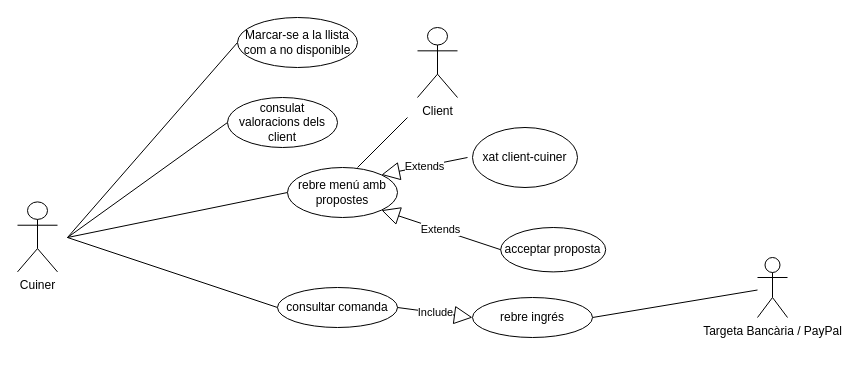
Above: Diagrames/Diagrames cas de ús/Diagrames per perfil/UML cuiner.drawio.xml in MarcelPainos/ES26UAB-431-12 (draw.io), before the change. Source tidied: cells renumbered, new cells numbered last; positions are measured from the earlier drawing's top-left corner, leaving out a move shared by most shapes. Both pictures are drawn from the tidied source at 100%, with x=0, y=0 at pixel (17, 17).
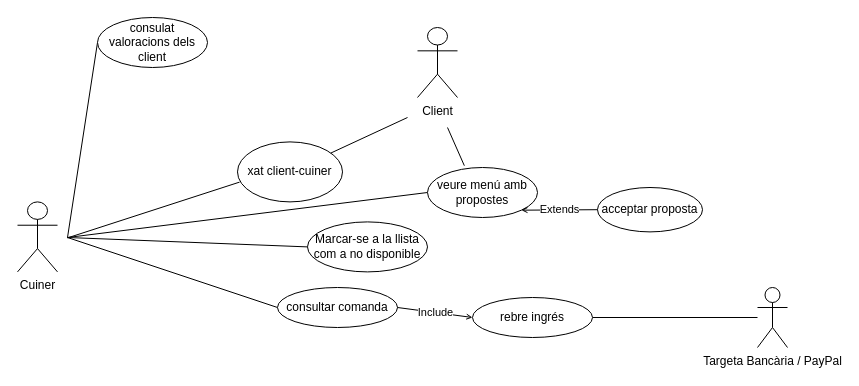
After the change.

The change refers to these unchanged cells:
```xml
<mxCell id="13" value="consultar comanda" style="ellipse;whiteSpace=wrap;html=1;" parent="1" vertex="1">
  <mxGeometry x="260" y="270" width="120" height="40" as="geometry" />
</mxCell>
<mxCell id="17" value="rebre ingrés" style="ellipse;whiteSpace=wrap;html=1;" parent="1" vertex="1">
  <mxGeometry x="455" y="280" width="120" height="40" as="geometry" />
</mxCell>
```

Change to the diagram source:
```diff
@@
     <mxCell id="4" value="Marcar-se a la llista com a no disponible" style="ellipse;whiteSpace=wrap;html=1;" parent="1" vertex="1">
-      <mxGeometry x="220" width="120" height="50" as="geometry" />
+      <mxGeometry x="290" y="204.4" width="120" height="50" as="geometry" />
     </mxCell>
@@
     <mxCell id="6" value="consulat valoracions dels client" style="ellipse;whiteSpace=wrap;html=1;" parent="1" vertex="1">
-      <mxGeometry x="210" y="80" width="110" height="50" as="geometry" />
+      <mxGeometry x="80" width="110" height="50" as="geometry" />
     </mxCell>
@@
-    <mxCell id="8" value="&lt;div&gt;rebre menú amb propostes&lt;/div&gt;" style="ellipse;whiteSpace=wrap;html=1;" parent="1" vertex="1">
-      <mxGeometry x="270" y="150" width="110" height="50" as="geometry" />
+    <mxCell id="8" value="&lt;div&gt;veure menú amb propostes&lt;/div&gt;" style="ellipse;whiteSpace=wrap;html=1;" parent="1" vertex="1">
+      <mxGeometry x="410" y="150" width="110" height="50" as="geometry" />
     </mxCell>
     <mxCell id="9" value="xat client-cuiner" style="ellipse;whiteSpace=wrap;html=1;" parent="1" vertex="1">
-      <mxGeometry x="455" y="110" width="105" height="60" as="geometry" />
+      <mxGeometry x="220" y="124.4" width="105" height="60" as="geometry" />
     </mxCell>
     <mxCell id="10" value="acceptar proposta" style="ellipse;whiteSpace=wrap;html=1;" parent="1" vertex="1">
-      <mxGeometry x="483.2" y="210" width="105" height="44.4" as="geometry" />
+      <mxGeometry x="580" y="170" width="105" height="44.4" as="geometry" />
     </mxCell>
-    <mxCell id="11" value="Extends" style="endArrow=block;endSize=16;endFill=0;html=1;rounded=0;entryX=1;entryY=0;entryDx=0;entryDy=0;" parent="1" edge="1" target="8">
-      <mxGeometry relative="1" as="geometry">
-        <mxPoint x="450" y="140" as="sourcePoint" />
-      </mxGeometry>
-    </mxCell>
@@
     <mxCell id="14" value="Targeta Bancària / PayPal" style="shape=umlActor;verticalLabelPosition=bottom;verticalAlign=top;html=1;" parent="1" vertex="1">
-      <mxGeometry x="740" y="240" width="30" height="60" as="geometry" />
+      <mxGeometry x="740" y="270" width="30" height="60" as="geometry" />
     </mxCell>
@@
-    <mxCell id="16" value="Extends" style="endArrow=block;endSize=16;endFill=0;html=1;rounded=0;entryX=1;entryY=1;entryDx=0;entryDy=0;exitX=0;exitY=0.5;exitDx=0;exitDy=0;" parent="1" edge="1" source="10" target="8">
+    <mxCell id="16" value="Extends" style="endArrow=open;endSize=4;endFill=0;html=1;rounded=0;entryX=1;entryY=1;entryDx=0;entryDy=0;exitX=0;exitY=0.5;exitDx=0;exitDy=0;strokeColor=default;align=center;verticalAlign=middle;fontFamily=Helvetica;fontSize=11;fontColor=default;labelBackgroundColor=default;" parent="1" edge="1" source="10" target="8">
       <mxGeometry relative="1" as="geometry" />
     </mxCell>
@@
-    <mxCell id="18" value="Include" style="endArrow=block;endSize=16;endFill=0;html=1;rounded=0;exitX=1;exitY=0.5;exitDx=0;exitDy=0;entryX=0;entryY=0.5;entryDx=0;entryDy=0;" parent="1" edge="1" source="13" target="17">
+    <mxCell id="18" value="Include" style="endArrow=open;endSize=4;endFill=0;html=1;rounded=0;exitX=1;exitY=0.5;exitDx=0;exitDy=0;entryX=0;entryY=0.5;entryDx=0;entryDy=0;strokeColor=default;align=center;verticalAlign=middle;fontFamily=Helvetica;fontSize=11;fontColor=default;labelBackgroundColor=default;" parent="1" edge="1" source="13" target="17">
       <mxGeometry relative="1" as="geometry" />
     </mxCell>
-    <mxCell id="19" style="endArrow=none;html=1;rounded=0;" parent="1" edge="1">
+    <mxCell id="19" style="endArrow=none;html=1;rounded=0;" parent="1" edge="1" source="9">
       <mxGeometry relative="1" as="geometry">
-        <mxPoint x="340" y="150" as="sourcePoint" />
         <mxPoint x="390" y="100" as="targetPoint" />
       </mxGeometry>
     </mxCell>
@@
+    <mxCell id="21" style="endArrow=none;html=1;rounded=0;entryX=0.02;entryY=0.67;entryDx=0;entryDy=0;entryPerimeter=0;" parent="1" edge="1" target="9">
+      <mxGeometry relative="1" as="geometry">
+        <mxPoint x="50" y="220.4" as="sourcePoint" />
+      </mxGeometry>
+    </mxCell>
+    <mxCell id="22" style="endArrow=none;html=1;rounded=0;exitX=0.335;exitY=-0.036;exitDx=0;exitDy=0;exitPerimeter=0;" parent="1" edge="1" source="8">
+      <mxGeometry relative="1" as="geometry">
+        <mxPoint x="430" y="110" as="targetPoint" />
+      </mxGeometry>
+    </mxCell>
```
